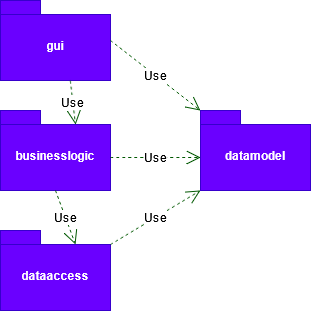
Earlier version of the draw.io export PackageDiagram.drawio.png (70NEL/TasksManagement). Source tidied: cells renumbered, new cells last; positions are measured from the earlier drawing's top-left corner, leaving out a move shared by most shapes.
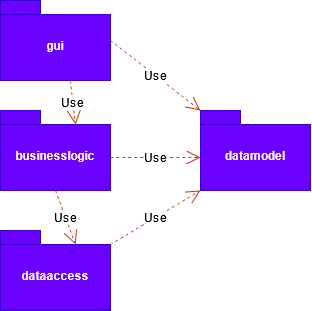
Above is the later version.

Diff of the diagram source:
```diff
@@ -14,21 +14,21 @@
     <mxCell id="5" value="datamodel" style="shape=folder;fontStyle=1;spacingTop=10;tabWidth=40;tabHeight=14;tabPosition=left;html=1;whiteSpace=wrap;fillColor=#6a00ff;fontColor=#ffffff;strokeColor=#3700CC;" parent="1" vertex="1">
       <mxGeometry x="200" y="110" width="110" height="80" as="geometry" />
     </mxCell>
-    <mxCell id="6" value="Use" style="endArrow=open;endSize=12;dashed=1;html=1;rounded=0;fontSize=12;curved=1;entryX=0;entryY=0;entryDx=0;entryDy=0;entryPerimeter=0;fillColor=#008a00;strokeColor=#005700;" parent="1" edge="1" target="5">
+    <mxCell id="6" value="Use" style="endArrow=open;endSize=12;dashed=1;html=1;rounded=0;fontSize=12;curved=1;entryX=0;entryY=0;entryDx=0;entryDy=0;entryPerimeter=0;fillColor=#fa6800;strokeColor=#C73500;" parent="1" edge="1" target="5">
       <mxGeometry relative="1" as="geometry">
         <mxPoint x="110" y="40" as="sourcePoint" />
       </mxGeometry>
     </mxCell>
-    <mxCell id="7" value="Use" style="endArrow=open;endSize=12;dashed=1;html=1;rounded=0;fontSize=12;curved=1;entryX=0;entryY=0;entryDx=0;entryDy=80;entryPerimeter=0;exitX=0;exitY=0;exitDx=110;exitDy=14;exitPerimeter=0;fillColor=#008a00;strokeColor=#005700;" parent="1" edge="1" source="4" target="5">
+    <mxCell id="7" value="Use" style="endArrow=open;endSize=12;dashed=1;html=1;rounded=0;fontSize=12;curved=1;entryX=0;entryY=0;entryDx=0;entryDy=80;entryPerimeter=0;exitX=0;exitY=0;exitDx=110;exitDy=14;exitPerimeter=0;fillColor=#fa6800;strokeColor=#C73500;" parent="1" edge="1" source="4" target="5">
       <mxGeometry relative="1" as="geometry" />
     </mxCell>
-    <mxCell id="8" value="Use" style="endArrow=open;endSize=12;dashed=1;html=1;rounded=0;fontSize=12;curved=1;entryX=0;entryY=0;entryDx=0;entryDy=47;entryPerimeter=0;exitX=0;exitY=0;exitDx=110;exitDy=47;exitPerimeter=0;fillColor=#008a00;strokeColor=#005700;" parent="1" edge="1" source="3" target="5">
+    <mxCell id="8" value="Use" style="endArrow=open;endSize=12;dashed=1;html=1;rounded=0;fontSize=12;curved=1;entryX=0;entryY=0;entryDx=0;entryDy=47;entryPerimeter=0;exitX=0;exitY=0;exitDx=110;exitDy=47;exitPerimeter=0;fillColor=#fa6800;strokeColor=#C73500;" parent="1" edge="1" source="3" target="5">
       <mxGeometry relative="1" as="geometry" />
     </mxCell>
-    <mxCell id="9" value="Use" style="endArrow=open;endSize=12;dashed=1;html=1;rounded=0;fontSize=12;curved=1;entryX=0;entryY=0;entryDx=75;entryDy=14;entryPerimeter=0;exitX=0.635;exitY=1.002;exitDx=0;exitDy=0;exitPerimeter=0;fillColor=#008a00;strokeColor=#005700;" parent="1" edge="1" source="2" target="3">
+    <mxCell id="9" value="Use" style="endArrow=open;endSize=12;dashed=1;html=1;rounded=0;fontSize=12;curved=1;entryX=0;entryY=0;entryDx=75;entryDy=14;entryPerimeter=0;exitX=0.635;exitY=1.002;exitDx=0;exitDy=0;exitPerimeter=0;fillColor=#fa6800;strokeColor=#C73500;" parent="1" edge="1" source="2" target="3">
       <mxGeometry relative="1" as="geometry" />
     </mxCell>
-    <mxCell id="10" value="Use" style="endArrow=open;endSize=12;dashed=1;html=1;rounded=0;fontSize=12;curved=1;entryX=0;entryY=0;entryDx=75;entryDy=14;entryPerimeter=0;exitX=0.5;exitY=1;exitDx=0;exitDy=0;exitPerimeter=0;fillColor=#008a00;strokeColor=#005700;" parent="1" edge="1" source="3" target="4">
+    <mxCell id="10" value="Use" style="endArrow=open;endSize=12;dashed=1;html=1;rounded=0;fontSize=12;curved=1;entryX=0;entryY=0;entryDx=75;entryDy=14;entryPerimeter=0;exitX=0.5;exitY=1;exitDx=0;exitDy=0;exitPerimeter=0;fillColor=#fa6800;strokeColor=#C73500;" parent="1" edge="1" source="3" target="4">
       <mxGeometry relative="1" as="geometry" />
     </mxCell>
   </root>
```
